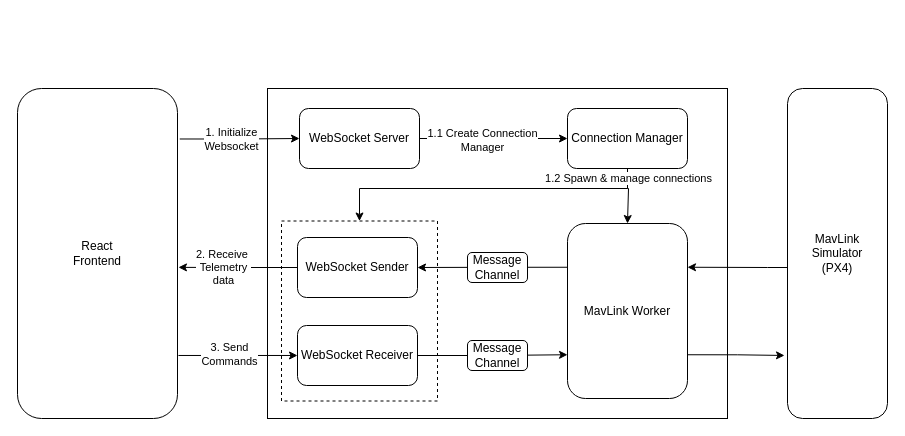
paul-wieland/cloud-rider keeps this draw.io diagram as assets/high-level-server.drawio. Above is the earlier version. Source tidied: cells renumbered, new cells numbered last; positions are measured from the earlier drawing's top-left corner, leaving out a move shared by most shapes. Both pictures are drawn from the tidied source at 100%, with x=0, y=0 at pixel (17, 88). Pictures stored in the file or linked from it are replaced by grey dashed boxes.
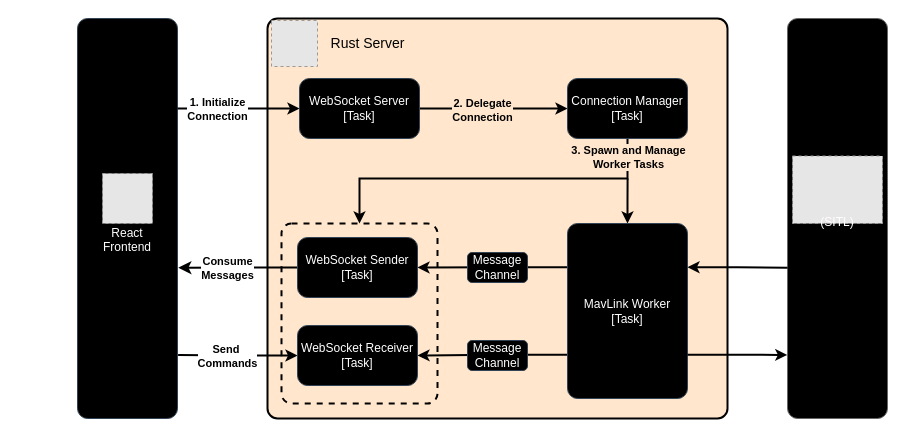
After the change.

Commit message (it also covers changes not shown here):
Replace architecture (#3)

* Replace architecture

* Replace architecture

* Replace architecture

Change to the diagram source:
```diff
@@
-    <mxCell id="2" style="rounded=0;whiteSpace=wrap;html=1;" parent="1" vertex="1">
-      <mxGeometry x="250" width="460" height="330" as="geometry" />
+    <mxCell id="2" style="rounded=1;whiteSpace=wrap;html=1;fillColor=#ffe6cc;strokeColor=#000000;strokeWidth=2;perimeterSpacing=0;absoluteArcSize=1;" parent="1" vertex="1">
+      <mxGeometry x="250" y="-70" width="460" height="400" as="geometry" />
     </mxCell>
-    <mxCell id="3" style="edgeStyle=orthogonalEdgeStyle;rounded=0;jettySize=auto;html=1;entryX=0;entryY=0.5;entryDx=0;entryDy=0;" parent="1" edge="1" source="5" target="21">
+    <mxCell id="3" style="edgeStyle=orthogonalEdgeStyle;rounded=0;jettySize=auto;html=1;entryX=0;entryY=0.5;entryDx=0;entryDy=0;strokeWidth=2;" parent="1" edge="1" source="5" target="21">
       <mxGeometry relative="1" as="geometry" />
     </mxCell>
-    <mxCell id="4" value="1.1 Create Connection&lt;div&gt;Manager&lt;/div&gt;" style="edgeLabel;html=1;align=center;verticalAlign=middle;" parent="3" vertex="1">
+    <mxCell id="4" value="&lt;b&gt;2. Delegate&lt;/b&gt;&lt;div&gt;&lt;b&gt;Connection&lt;/b&gt;&lt;/div&gt;" style="edgeLabel;html=1;align=center;verticalAlign=middle;labelBackgroundColor=light-dark(#ffe6cc, #FFCC99);" parent="3" vertex="1">
       <mxGeometry x="-0.16" y="-1" relative="1" as="geometry" />
     </mxCell>
-    <mxCell id="5" value="WebSocket Server" style="rounded=1;whiteSpace=wrap;html=1;" parent="1" vertex="1">
-      <mxGeometry x="282" y="20" width="120" height="60" as="geometry" />
+    <mxCell id="5" value="WebSocket Server&lt;div&gt;[Task]&lt;/div&gt;" style="rounded=1;whiteSpace=wrap;html=1;fillColor=#000000;fontColor=#ffffff;strokeColor=#314354;absoluteArcSize=1;" parent="1" vertex="1">
+      <mxGeometry x="282" y="-10" width="120" height="60" as="geometry" />
     </mxCell>
-    <mxCell id="6" style="edgeStyle=orthogonalEdgeStyle;rounded=0;jettySize=auto;html=1;entryX=0;entryY=0.75;entryDx=0;entryDy=0;" parent="1" edge="1" source="7" target="10">
-      <mxGeometry relative="1" as="geometry" />
-    </mxCell>
-    <mxCell id="7" value="WebSocket Receiver" style="rounded=1;whiteSpace=wrap;html=1;" parent="1" vertex="1">
-      <mxGeometry x="280" y="237" width="120" height="60" as="geometry" />
-    </mxCell>
-    <mxCell id="8" value="WebSocket Sender" style="rounded=1;whiteSpace=wrap;html=1;" parent="1" vertex="1">
-      <mxGeometry x="280" y="149" width="120" height="60" as="geometry" />
-    </mxCell>
-    <mxCell id="9" style="edgeStyle=orthogonalEdgeStyle;rounded=0;jettySize=auto;html=1;exitX=0;exitY=0.25;exitDx=0;exitDy=0;entryX=1;entryY=0.5;entryDx=0;entryDy=0;" parent="1" edge="1" source="10" target="8">
+    <mxCell id="9" style="edgeStyle=orthogonalEdgeStyle;rounded=0;jettySize=auto;html=1;exitX=0;exitY=0.25;exitDx=0;exitDy=0;entryX=1;entryY=0.5;entryDx=0;entryDy=0;strokeWidth=2;" parent="1" edge="1" source="10" target="8">
       <mxGeometry relative="1" as="geometry" />
     </mxCell>
+    <mxCell id="28" style="edgeStyle=orthogonalEdgeStyle;rounded=0;jettySize=auto;html=1;exitX=0;exitY=0.75;exitDx=0;exitDy=0;entryX=1;entryY=0.5;entryDx=0;entryDy=0;strokeWidth=2;" parent="1" edge="1" source="10" target="7">
+      <mxGeometry relative="1" as="geometry" />
+    </mxCell>
+    <mxCell id="29" style="edgeStyle=orthogonalEdgeStyle;rounded=0;jettySize=auto;html=1;exitX=0.5;exitY=0;exitDx=0;exitDy=0;strokeWidth=2;startArrow=classic;startFill=1;endArrow=none;" parent="1" edge="1" source="10">
+      <mxGeometry relative="1" as="geometry">
+        <mxPoint x="610.1" y="90" as="targetPoint" />
+      </mxGeometry>
+    </mxCell>
-    <mxCell id="10" value="MavLink Worker" style="rounded=1;whiteSpace=wrap;html=1;" parent="1" vertex="1">
+    <mxCell id="10" value="MavLink Worker&lt;div&gt;[Task]&lt;/div&gt;" style="rounded=1;whiteSpace=wrap;html=1;fillColor=#000000;strokeColor=#314354;fontColor=#ffffff;absoluteArcSize=1;" parent="1" vertex="1">
       <mxGeometry x="550" y="135" width="120" height="175" as="geometry" />
     </mxCell>
-    <mxCell id="11" style="edgeStyle=orthogonalEdgeStyle;rounded=0;jettySize=auto;html=1;entryX=1;entryY=0.25;entryDx=0;entryDy=0;" parent="1" edge="1" source="12" target="10">
-      <mxGeometry relative="1" as="geometry">
-        <Array as="points">
-          <mxPoint x="750" y="179" />
-          <mxPoint x="750" y="179" />
-        </Array>
-      </mxGeometry>
-    </mxCell>
-    <mxCell id="12" value="MavLink&lt;div&gt;Simulator&lt;/div&gt;&lt;div&gt;(PX4)&lt;/div&gt;" style="rounded=1;whiteSpace=wrap;html=1;" parent="1" vertex="1">
-      <mxGeometry x="770" width="100" height="330" as="geometry" />
+    <mxCell id="12" style="rounded=1;whiteSpace=wrap;html=1;fillColor=#000000;strokeColor=#666666;fontColor=#333333;absoluteArcSize=1;" parent="1" vertex="1">
+      <mxGeometry x="770" y="-70" width="100" height="400" as="geometry" />
     </mxCell>
-    <mxCell id="13" value="React&lt;div&gt;Frontend&lt;/div&gt;" style="rounded=1;whiteSpace=wrap;html=1;" parent="1" vertex="1">
-      <mxGeometry width="160" height="330" as="geometry" />
+    <mxCell id="13" value="&lt;div&gt;&lt;br&gt;&lt;/div&gt;&lt;div&gt;&lt;br&gt;&lt;/div&gt;&lt;div&gt;&lt;br&gt;&lt;/div&gt;React&lt;div&gt;Frontend&lt;/div&gt;" style="rounded=1;whiteSpace=wrap;html=1;fillColor=#000000;fontColor=#ffffff;strokeColor=#314354;absoluteArcSize=1;" parent="1" vertex="1">
+      <mxGeometry x="60" y="-70" width="100" height="400" as="geometry" />
     </mxCell>
-    <mxCell id="14" style="edgeStyle=orthogonalEdgeStyle;rounded=0;jettySize=auto;html=1;exitX=1.014;exitY=0.153;exitDx=0;exitDy=0;exitPerimeter=0;" parent="1" edge="1" source="13" target="5">
-      <mxGeometry relative="1" as="geometry" />
-    </mxCell>
-    <mxCell id="15" value="1. Initialize&lt;div&gt;Websocket&lt;/div&gt;" style="edgeLabel;html=1;align=center;verticalAlign=middle;" parent="14" vertex="1">
-      <mxGeometry x="-0.16" relative="1" as="geometry" />
-    </mxCell>
+    <mxCell id="18" style="edgeStyle=orthogonalEdgeStyle;rounded=0;jettySize=auto;html=1;entryX=0.5;entryY=0;entryDx=0;entryDy=0;strokeWidth=2;" parent="1" edge="1" source="21" target="22">
+      <mxGeometry relative="1" as="geometry">
+        <Array as="points">
+          <mxPoint x="610" y="90" />
+          <mxPoint x="342" y="90" />
+        </Array>
+      </mxGeometry>
+    </mxCell>
+    <mxCell id="30" value="&lt;b style=&quot;&quot;&gt;3. Spawn and Manage&lt;/b&gt;&lt;div style=&quot;&quot;&gt;&lt;b&gt;Worker Tasks&lt;/b&gt;&lt;/div&gt;" style="edgeLabel;html=1;align=center;verticalAlign=middle;labelBackgroundColor=light-dark(#FFE6CC,#FFCC99);" parent="18" vertex="1">
+      <mxGeometry x="-0.91" y="-3" relative="1" as="geometry">
+        <mxPoint x="3" y="2" as="offset" />
+      </mxGeometry>
+    </mxCell>
+    <mxCell id="21" value="Connection Manager&lt;div&gt;[Task]&lt;/div&gt;" style="rounded=1;whiteSpace=wrap;html=1;fillColor=#000000;fontColor=#ffffff;strokeColor=#314354;absoluteArcSize=1;" parent="1" vertex="1">
+      <mxGeometry x="550" y="-10" width="120" height="60" as="geometry" />
+    </mxCell>
+    <mxCell id="31" value="&lt;font style=&quot;font-size: 14px;&quot;&gt;Rust Server&lt;/font&gt;" style="text;html=1;align=center;verticalAlign=middle;strokeColor=none;fillColor=none;" parent="1" vertex="1">
+      <mxGeometry x="300" y="-60" width="100" height="30" as="geometry" />
+    </mxCell>
+    <mxCell id="32" style="fillColor=#E6E6E6;strokeColor=#999999;dashed=1;verticalLabelPosition=bottom;labelBackgroundColor=default;verticalAlign=top;" parent="1" vertex="1">
+      <mxGeometry x="85" y="85" width="50" height="50" as="geometry" />
+    </mxCell>
+    <mxCell id="33" style="fillColor=#E6E6E6;strokeColor=#999999;dashed=1;verticalLabelPosition=bottom;labelBackgroundColor=default;verticalAlign=top;" parent="1" vertex="1">
+      <mxGeometry x="254" y="-68" width="46" height="46" as="geometry" />
+    </mxCell>
+    <mxCell id="34" style="fillColor=#E6E6E6;strokeColor=#999999;dashed=1;verticalLabelPosition=bottom;labelBackgroundColor=default;verticalAlign=top;" parent="1" vertex="1">
+      <mxGeometry x="775" y="67.5" width="90" height="67.5" as="geometry" />
+    </mxCell>
-    <mxCell id="16" value="Message&lt;div&gt;Channel&lt;/div&gt;" style="rounded=1;whiteSpace=wrap;html=1;" parent="1" vertex="1">
+    <mxCell id="16" value="Message&lt;div&gt;Channel&lt;/div&gt;" style="rounded=1;whiteSpace=wrap;html=1;fillColor=#000000;fontColor=#ffffff;strokeColor=#314354;absoluteArcSize=0;" parent="1" vertex="1">
       <mxGeometry x="450" y="164" width="60" height="30" as="geometry" />
     </mxCell>
-    <mxCell id="17" value="Message&lt;div&gt;Channel&lt;/div&gt;" style="rounded=1;whiteSpace=wrap;html=1;" parent="1" vertex="1">
+    <mxCell id="17" value="Message&lt;div&gt;Channel&lt;/div&gt;" style="rounded=1;whiteSpace=wrap;html=1;fillColor=#000000;fontColor=#ffffff;strokeColor=#314354;absoluteArcSize=0;" parent="1" vertex="1">
       <mxGeometry x="450" y="252" width="60" height="30" as="geometry" />
     </mxCell>
-    <mxCell id="18" style="edgeStyle=orthogonalEdgeStyle;rounded=0;jettySize=auto;html=1;entryX=0.5;entryY=0;entryDx=0;entryDy=0;" parent="1" edge="1" source="21" target="22">
-      <mxGeometry relative="1" as="geometry">
-        <Array as="points">
-          <mxPoint x="610" y="100" />
-          <mxPoint x="342" y="100" />
-        </Array>
-      </mxGeometry>
-    </mxCell>
-    <mxCell id="19" style="edgeStyle=orthogonalEdgeStyle;rounded=0;jettySize=auto;html=1;entryX=0.5;entryY=0;entryDx=0;entryDy=0;" parent="1" edge="1" source="21" target="10">
-      <mxGeometry relative="1" as="geometry">
-        <Array as="points">
-          <mxPoint x="610" y="100" />
-          <mxPoint x="611" y="100" />
-        </Array>
-      </mxGeometry>
-    </mxCell>
-    <mxCell id="20" value="1.2 Spawn &amp;amp; manage connections" style="edgeLabel;html=1;align=center;verticalAlign=middle;" parent="19" vertex="1">
-      <mxGeometry x="-0.49" y="2" relative="1" as="geometry">
-        <mxPoint x="-2" y="-5" as="offset" />
-      </mxGeometry>
-    </mxCell>
-    <mxCell id="21" value="Connection Manager" style="rounded=1;whiteSpace=wrap;html=1;" parent="1" vertex="1">
-      <mxGeometry x="550" y="20" width="120" height="60" as="geometry" />
-    </mxCell>
+    <mxCell id="35" style="edgeStyle=orthogonalEdgeStyle;rounded=0;jettySize=auto;html=1;strokeWidth=2;endArrow=none;startFill=1;startArrow=classic;" parent="1" edge="1" source="5">
+      <mxGeometry relative="1" as="geometry">
+        <mxPoint x="160" y="20" as="targetPoint" />
+      </mxGeometry>
+    </mxCell>
+    <mxCell id="36" value="&lt;b&gt;1. Initialize&lt;/b&gt;&lt;div&gt;&lt;b&gt;Connection&lt;/b&gt;&lt;/div&gt;" style="edgeLabel;html=1;align=center;verticalAlign=middle;" parent="35" vertex="1">
+      <mxGeometry x="0.35" relative="1" as="geometry" />
+    </mxCell>
+    <mxCell id="25" style="edgeStyle=orthogonalEdgeStyle;rounded=0;jettySize=auto;html=1;entryX=1.008;entryY=0.623;entryDx=0;entryDy=0;entryPerimeter=0;endSize=7;strokeWidth=2;" parent="1" edge="1" source="8" target="13">
+      <mxGeometry relative="1" as="geometry" />
+    </mxCell>
+    <mxCell id="37" value="&lt;b&gt;Consume&lt;/b&gt;&lt;div&gt;&lt;b&gt;Messages&lt;/b&gt;&lt;/div&gt;" style="edgeLabel;html=1;align=center;verticalAlign=middle;" parent="25" vertex="1">
+      <mxGeometry x="0.26" y="-2" relative="1" as="geometry">
+        <mxPoint x="4" y="2" as="offset" />
+      </mxGeometry>
+    </mxCell>
+    <mxCell id="38" style="edgeStyle=orthogonalEdgeStyle;rounded=0;jettySize=auto;html=1;entryX=1.006;entryY=0.841;entryDx=0;entryDy=0;entryPerimeter=0;strokeWidth=2;endArrow=none;startFill=1;startArrow=classic;" parent="1" edge="1" source="7" target="13">
+      <mxGeometry relative="1" as="geometry" />
+    </mxCell>
+    <mxCell id="39" value="&lt;b&gt;Send&amp;nbsp;&lt;/b&gt;&lt;div&gt;&lt;b&gt;Commands&lt;/b&gt;&lt;/div&gt;" style="edgeLabel;html=1;align=center;verticalAlign=middle;" parent="38" vertex="1">
+      <mxGeometry x="0.4" y="-1" relative="1" as="geometry">
+        <mxPoint x="13" y="2" as="offset" />
+      </mxGeometry>
+    </mxCell>
+    <mxCell id="8" value="WebSocket Sender&lt;div&gt;[Task]&lt;/div&gt;" style="rounded=1;whiteSpace=wrap;html=1;fillColor=#000000;fontColor=#ffffff;strokeColor=#314354;absoluteArcSize=1;" parent="1" vertex="1">
+      <mxGeometry x="280" y="149" width="120" height="60" as="geometry" />
+    </mxCell>
+    <mxCell id="7" value="WebSocket Receiver&lt;div&gt;[Task]&lt;/div&gt;" style="rounded=1;whiteSpace=wrap;html=1;fillColor=#000000;fontColor=#ffffff;strokeColor=#314354;absoluteArcSize=1;" parent="1" vertex="1">
+      <mxGeometry x="280" y="237" width="120" height="60" as="geometry" />
+    </mxCell>
-    <mxCell id="22" style="rounded=0;whiteSpace=wrap;html=1;fillColor=none;dashed=1;" parent="1" vertex="1">
-      <mxGeometry x="264" y="132.5" width="156" height="180" as="geometry" />
+    <mxCell id="22" style="rounded=1;whiteSpace=wrap;html=1;fillColor=none;dashed=1;absoluteArcSize=1;strokeWidth=2;" parent="1" vertex="1">
+      <mxGeometry x="264" y="135" width="156" height="180" as="geometry" />
     </mxCell>
-    <mxCell id="23" style="edgeStyle=orthogonalEdgeStyle;rounded=0;jettySize=auto;html=1;exitX=1.006;exitY=0.809;exitDx=0;exitDy=0;exitPerimeter=0;" parent="1" edge="1" source="13" target="7">
-      <mxGeometry relative="1" as="geometry" />
-    </mxCell>
-    <mxCell id="24" value="3. Send&lt;div&gt;Commands&lt;/div&gt;" style="edgeLabel;html=1;align=center;verticalAlign=middle;" parent="23" vertex="1">
-      <mxGeometry x="-0.14" y="1" relative="1" as="geometry" />
-    </mxCell>
-    <mxCell id="25" style="edgeStyle=orthogonalEdgeStyle;rounded=0;jettySize=auto;html=1;entryX=1.006;entryY=0.542;entryDx=0;entryDy=0;entryPerimeter=0;" parent="1" edge="1" source="8" target="13">
-      <mxGeometry relative="1" as="geometry" />
-    </mxCell>
-    <mxCell id="26" value="2. Receive&amp;nbsp;&lt;div&gt;Telemetry&lt;/div&gt;&lt;div&gt;data&lt;/div&gt;" style="edgeLabel;html=1;align=center;verticalAlign=middle;" parent="25" vertex="1">
-      <mxGeometry x="0.27" y="-2" relative="1" as="geometry">
-        <mxPoint x="1" y="2" as="offset" />
-      </mxGeometry>
-    </mxCell>
-    <mxCell id="27" style="edgeStyle=orthogonalEdgeStyle;rounded=0;jettySize=auto;html=1;exitX=1;exitY=0.75;exitDx=0;exitDy=0;entryX=-0.03;entryY=0.809;entryDx=0;entryDy=0;entryPerimeter=0;" parent="1" edge="1" source="10" target="12">
-      <mxGeometry relative="1" as="geometry" />
-    </mxCell>
+    <mxCell id="40" style="edgeStyle=orthogonalEdgeStyle;rounded=0;jettySize=auto;html=1;exitX=1;exitY=0.25;exitDx=0;exitDy=0;entryX=0.001;entryY=0.623;entryDx=0;entryDy=0;entryPerimeter=0;strokeWidth=2;startArrow=classic;startFill=1;endArrow=none;" parent="1" edge="1" source="10" target="12">
+      <mxGeometry relative="1" as="geometry">
+        <Array as="points">
+          <mxPoint x="720" y="179" />
+        </Array>
+      </mxGeometry>
+    </mxCell>
+    <mxCell id="41" style="edgeStyle=orthogonalEdgeStyle;rounded=0;jettySize=auto;html=1;exitX=1;exitY=0.75;exitDx=0;exitDy=0;entryX=-0.002;entryY=0.841;entryDx=0;entryDy=0;entryPerimeter=0;strokeWidth=2;" parent="1" edge="1" source="10" target="12">
+      <mxGeometry relative="1" as="geometry" />
+    </mxCell>
+    <mxCell id="42" value="&lt;font style=&quot;color: rgb(255, 253, 250);&quot;&gt;(SITL)&lt;/font&gt;" style="text;html=1;align=center;verticalAlign=middle;whiteSpace=wrap;rounded=0;" parent="1" vertex="1">
+      <mxGeometry x="790" y="119" width="60" height="30" as="geometry" />
+    </mxCell>
```
